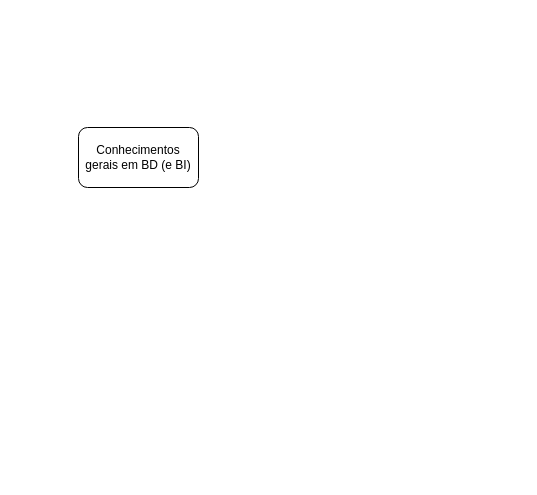
Before: Diagrama sem nome.drawio in e-magesk/Banco-de-Dados-2, a draw.io diagram. Source tidied: cells renumbered, new cells numbered last; positions are measured from the earlier drawing's top-left corner, leaving out a move shared by most shapes. Both pictures are drawn from the tidied source at 100%, with x=0, y=0 at pixel (78, 127).
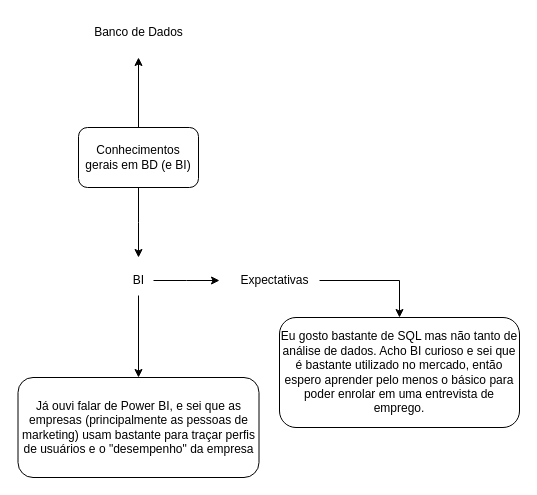
The same diagram, later.

Change to the diagram source:
```diff
@@
 <mxGraphModel>
   <root>
     <mxCell id="0" />
     <mxCell id="1" parent="0" />
+    <mxCell id="3" style="edgeStyle=orthogonalEdgeStyle;rounded=0;jettySize=auto;html=1;exitX=0.5;exitY=0;exitDx=0;exitDy=0;" parent="1" edge="1" source="2">
+      <mxGeometry relative="1" as="geometry">
+        <mxPoint x="60" y="-70" as="targetPoint" />
+      </mxGeometry>
+    </mxCell>
+    <mxCell id="4" style="edgeStyle=orthogonalEdgeStyle;rounded=0;jettySize=auto;html=1;exitX=0.5;exitY=1;exitDx=0;exitDy=0;" parent="1" edge="1" source="2">
+      <mxGeometry relative="1" as="geometry">
+        <mxPoint x="60" y="130" as="targetPoint" />
+      </mxGeometry>
+    </mxCell>
     <mxCell id="2" value="Conhecimentos gerais em BD (e BI)" style="rounded=1;whiteSpace=wrap;html=1;" parent="1" vertex="1">
       <mxGeometry width="120" height="60" as="geometry" />
     </mxCell>
+    <mxCell id="5" value="Banco de Dados" style="text;html=1;align=center;verticalAlign=middle;strokeColor=none;fillColor=none;" parent="1" vertex="1">
+      <mxGeometry x="5" y="-110" width="110" height="30" as="geometry" />
+    </mxCell>
+    <mxCell id="6" style="edgeStyle=orthogonalEdgeStyle;rounded=0;jettySize=auto;html=1;entryX=0.5;entryY=0;entryDx=0;entryDy=0;" parent="1" edge="1" source="8" target="9">
+      <mxGeometry relative="1" as="geometry" />
+    </mxCell>
+    <mxCell id="7" style="edgeStyle=orthogonalEdgeStyle;rounded=0;jettySize=auto;html=1;" parent="1" edge="1" source="8">
+      <mxGeometry relative="1" as="geometry">
+        <mxPoint x="141" y="153" as="targetPoint" />
+      </mxGeometry>
+    </mxCell>
+    <mxCell id="8" value="BI" style="text;html=1;align=center;verticalAlign=middle;points=[];strokeColor=none;fillColor=none;" parent="1" vertex="1">
+      <mxGeometry x="45" y="138" width="30" height="30" as="geometry" />
+    </mxCell>
+    <mxCell id="9" value="Já ouvi falar de Power BI, e sei que as empresas (principalmente as pessoas de marketing) usam bastante para traçar perfis de usuários e o &quot;desempenho&quot; da empresa" style="rounded=1;whiteSpace=wrap;html=1;" parent="1" vertex="1">
+      <mxGeometry x="-60.5" y="250" width="241" height="100" as="geometry" />
+    </mxCell>
+    <mxCell id="10" style="edgeStyle=orthogonalEdgeStyle;rounded=0;jettySize=auto;html=1;" parent="1" edge="1" source="11" target="12">
+      <mxGeometry relative="1" as="geometry">
+        <Array as="points">
+          <mxPoint x="321" y="153" />
+        </Array>
+      </mxGeometry>
+    </mxCell>
+    <mxCell id="11" value="Expectativas" style="text;html=1;align=center;verticalAlign=middle;points=[];strokeColor=none;fillColor=none;" parent="1" vertex="1">
+      <mxGeometry x="151" y="138" width="90" height="30" as="geometry" />
+    </mxCell>
+    <mxCell id="12" value="Eu gosto bastante de SQL mas não tanto de análise de dados. Acho BI curioso e sei que é bastante utilizado no mercado, então espero aprender pelo menos o básico para poder enrolar em uma entrevista de emprego." style="rounded=1;whiteSpace=wrap;html=1;" parent="1" vertex="1">
+      <mxGeometry x="201" y="190" width="240" height="110" as="geometry" />
+    </mxCell>
   </root>
 </mxGraphModel>
```
